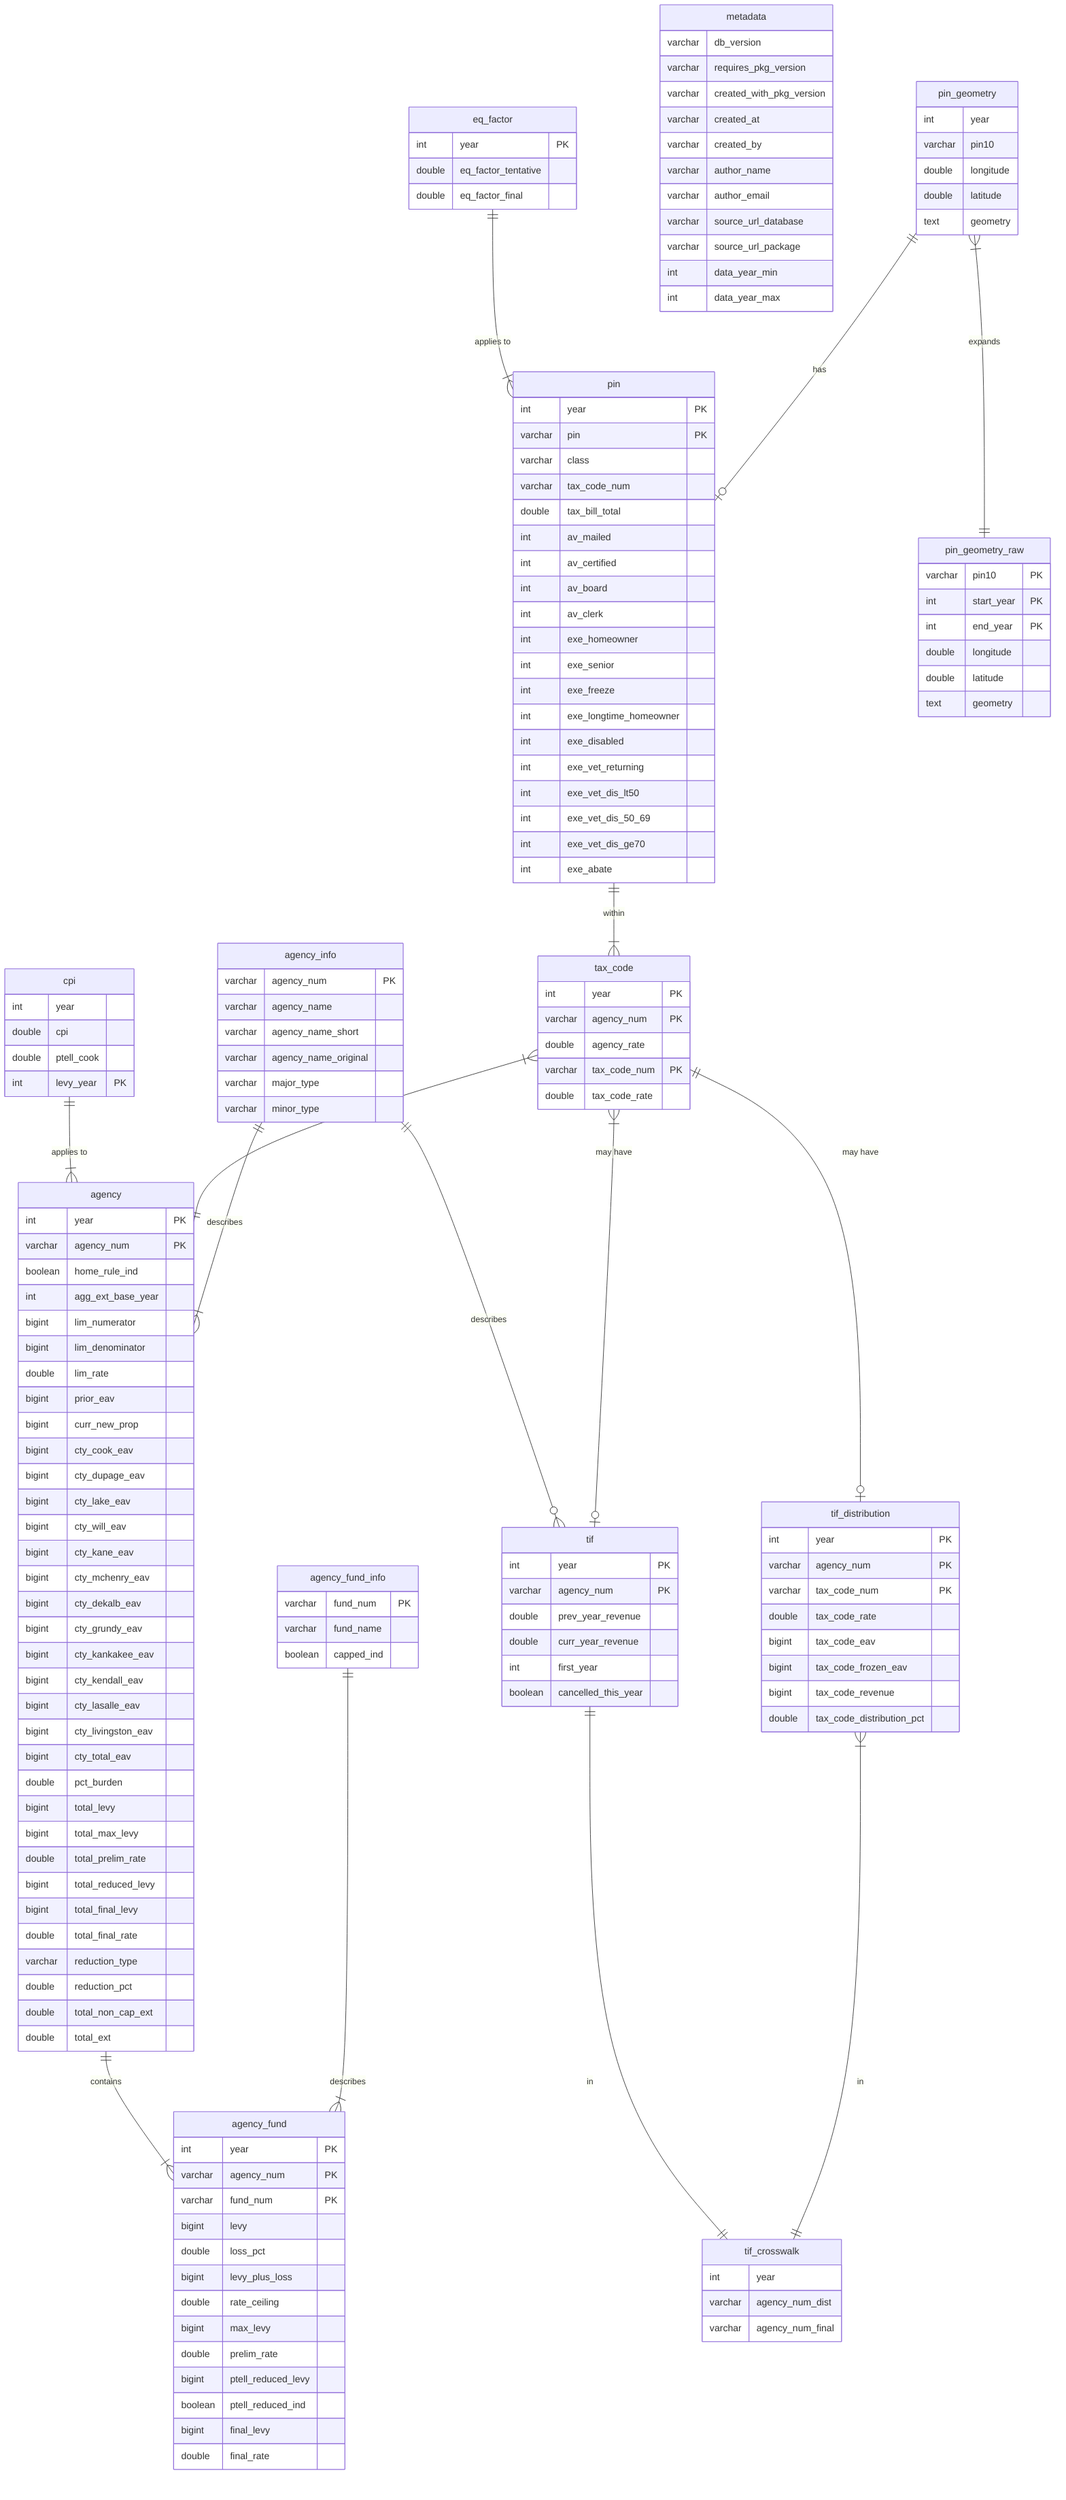
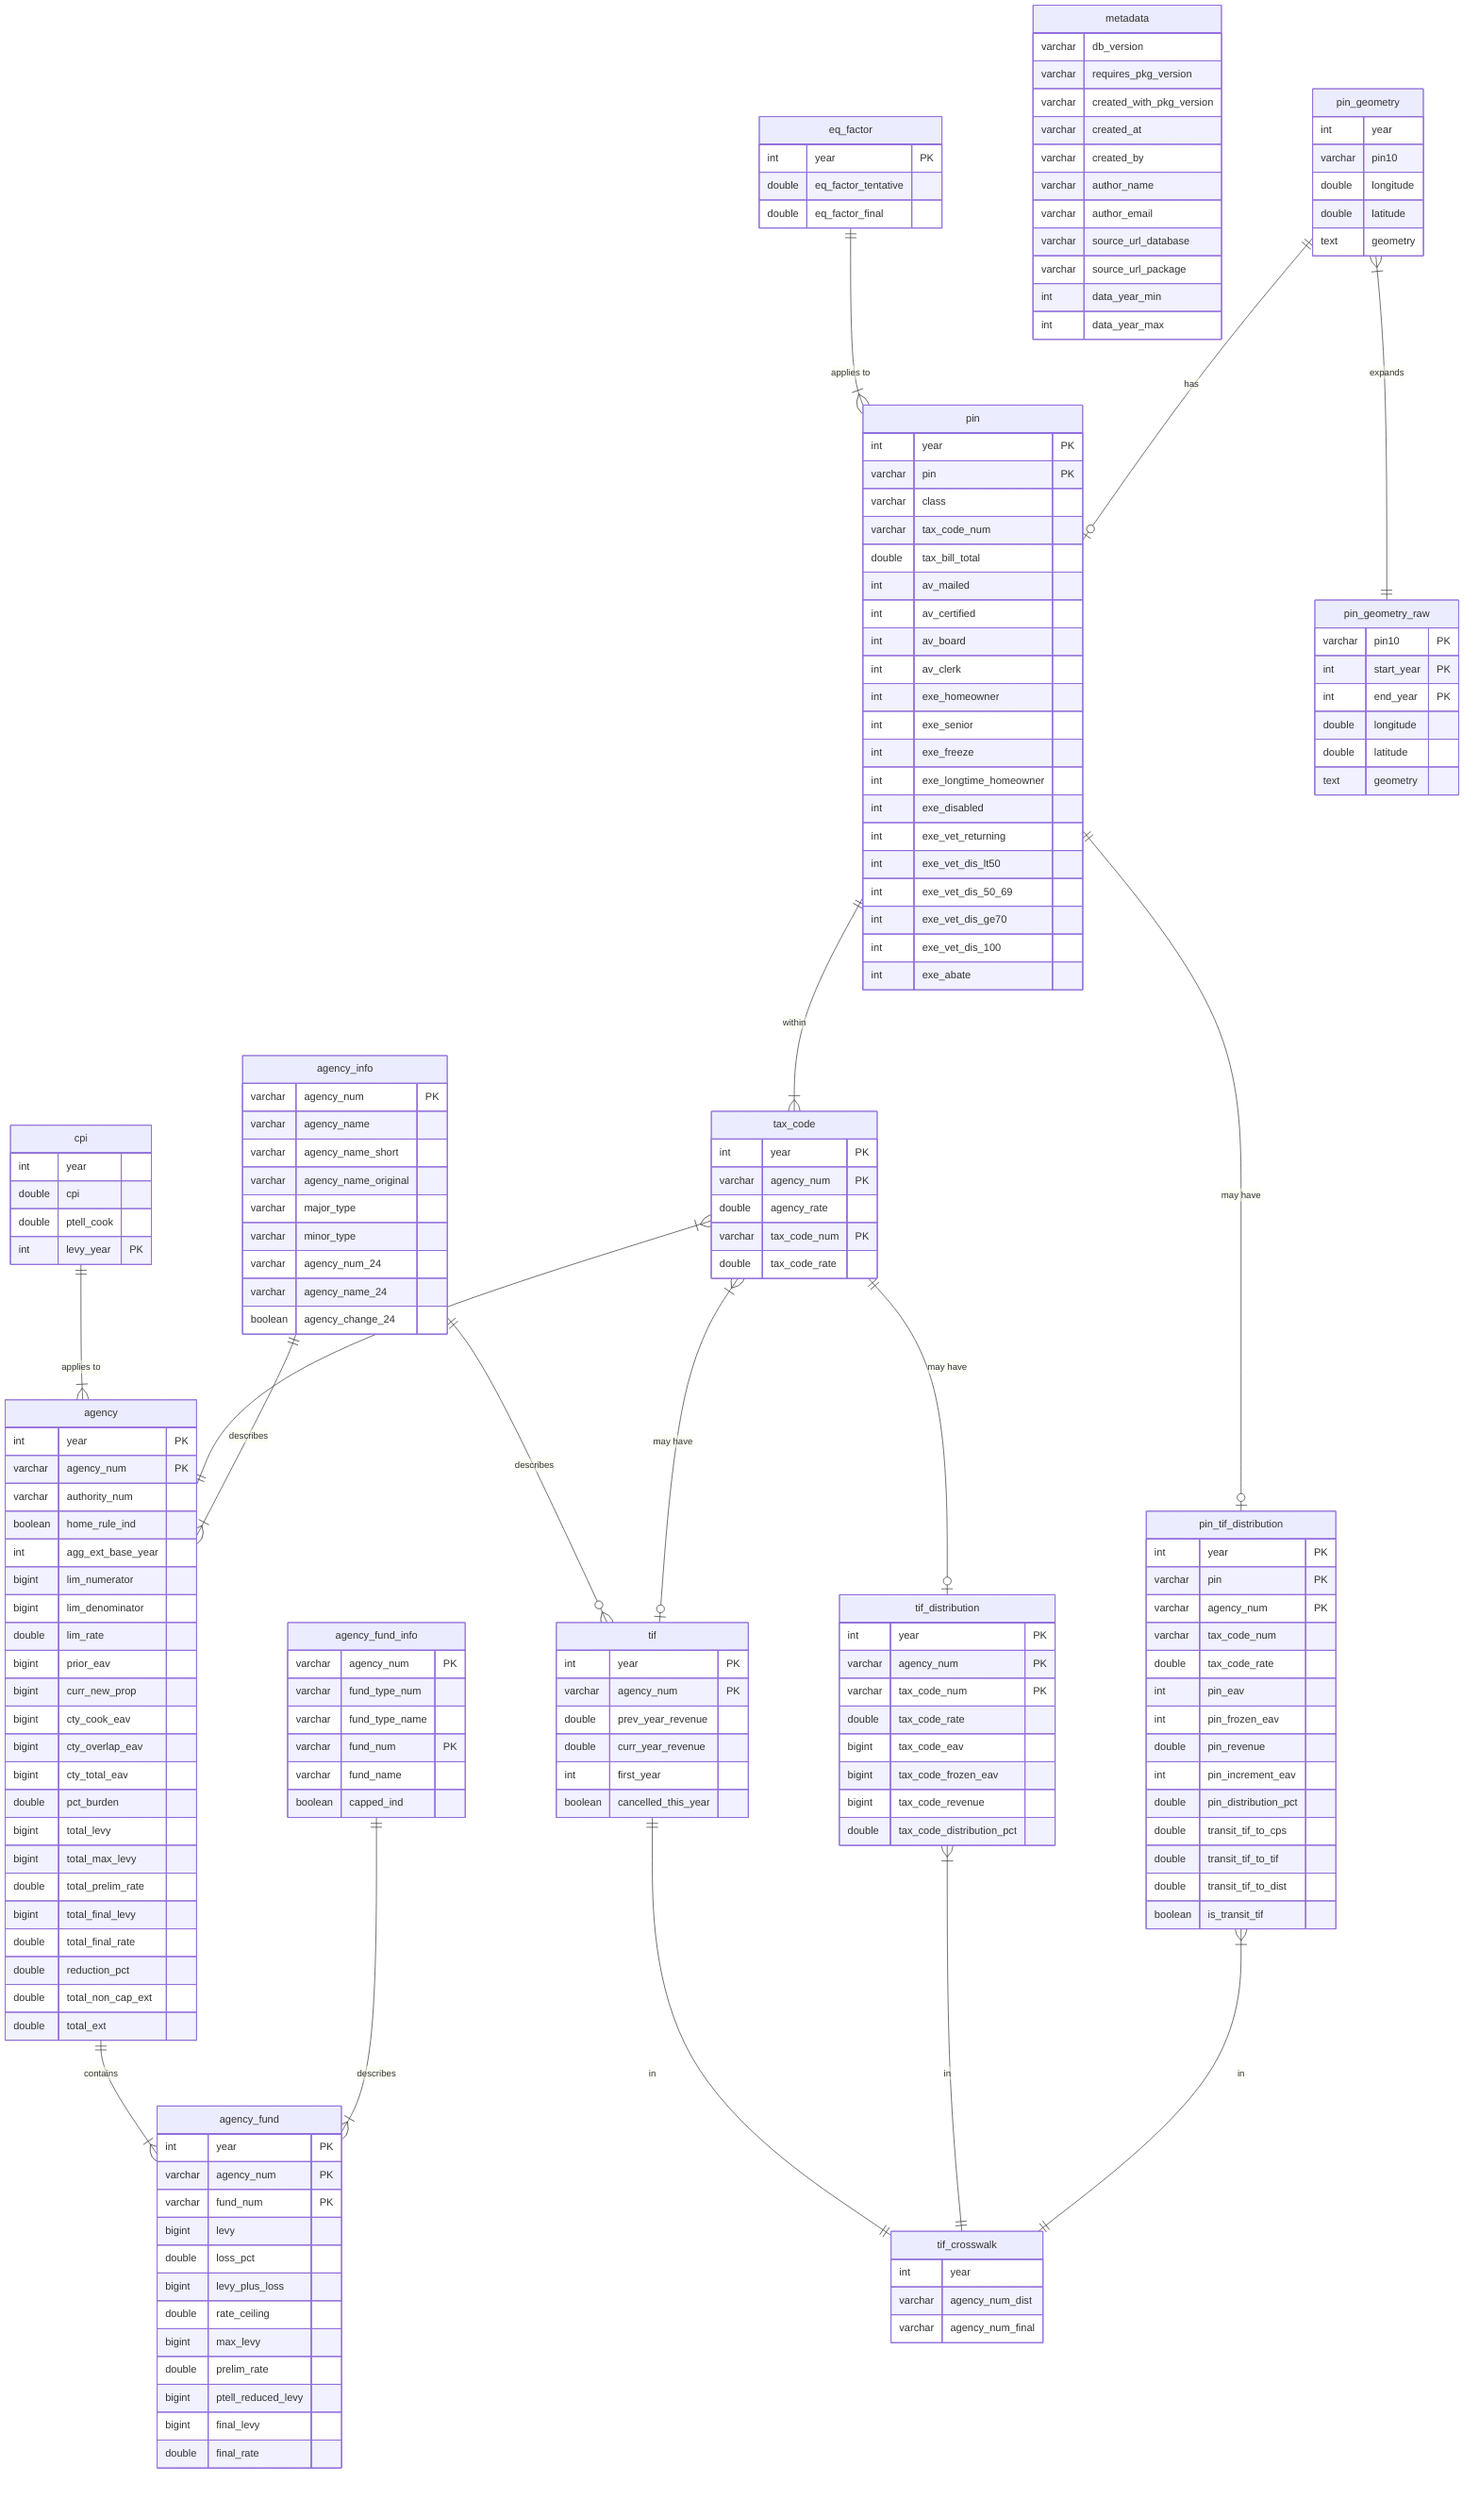
erDiagram

  agency {
    int     year              PK
    varchar agency_num        PK
+     varchar authority_num
    boolean home_rule_ind
    int     agg_ext_base_year
    bigint  lim_numerator
    bigint  lim_denominator
    double  lim_rate
    bigint  prior_eav
    bigint  curr_new_prop
    bigint  cty_cook_eav
-     bigint  cty_dupage_eav
-     bigint  cty_lake_eav
-     bigint  cty_will_eav
-     bigint  cty_kane_eav
-     bigint  cty_mchenry_eav
-     bigint  cty_dekalb_eav
-     bigint  cty_grundy_eav
-     bigint  cty_kankakee_eav
-     bigint  cty_kendall_eav
-     bigint  cty_lasalle_eav
-     bigint  cty_livingston_eav
+     bigint  cty_overlap_eav
    bigint  cty_total_eav
    double  pct_burden
    bigint  total_levy
    bigint  total_max_levy
    double  total_prelim_rate
-     bigint  total_reduced_levy
    bigint  total_final_levy
    double  total_final_rate
-     varchar reduction_type
    double  reduction_pct
    double  total_non_cap_ext
    double  total_ext
  }

  agency_info {
    varchar agency_num         PK
    varchar agency_name
    varchar agency_name_short
    varchar agency_name_original
    varchar major_type
    varchar minor_type
+     varchar agency_num_24
+     varchar agency_name_24
+     boolean agency_change_24
  }

  agency_fund {
    int     year               PK
    varchar agency_num         PK
    varchar fund_num           PK
    bigint  levy
    double  loss_pct
    bigint  levy_plus_loss
    double  rate_ceiling
    bigint  max_levy
    double  prelim_rate
    bigint  ptell_reduced_levy
-     boolean ptell_reduced_ind
    bigint  final_levy
    double  final_rate
  }

  agency_fund_info {
+     varchar agency_num         PK
+     varchar fund_type_num
+     varchar fund_type_name
    varchar fund_num           PK
    varchar fund_name
    boolean capped_ind
  }

  cpi {
    int     year
    double  cpi
    double  ptell_cook
    int     levy_year          PK
  }

  eq_factor {
    int     year               PK
    double  eq_factor_tentative
    double  eq_factor_final
  }

  metadata {
    varchar db_version
    varchar requires_pkg_version
    varchar created_with_pkg_version
    varchar created_at
    varchar created_by
    varchar author_name
    varchar author_email
    varchar source_url_database
    varchar source_url_package
    int     data_year_min
    int     data_year_max
  }

  pin {
    int     year               PK
    varchar pin                PK
    varchar class
    varchar tax_code_num
    double  tax_bill_total
    int     av_mailed
    int     av_certified
    int     av_board
    int     av_clerk
    int     exe_homeowner
    int     exe_senior
    int     exe_freeze
    int     exe_longtime_homeowner
    int     exe_disabled
    int     exe_vet_returning
    int     exe_vet_dis_lt50
    int     exe_vet_dis_50_69
    int     exe_vet_dis_ge70
+     int     exe_vet_dis_100
    int     exe_abate
  }

  pin_geometry {
    int     year
    varchar pin10
    double  longitude
    double  latitude
    text    geometry
  }

  pin_geometry_raw {
    varchar pin10              PK
    int     start_year         PK
    int     end_year           PK
    double  longitude
    double  latitude
    text    geometry
  }

  tax_code {
    int     year               PK
    varchar agency_num         PK
    double  agency_rate
    varchar tax_code_num       PK
    double  tax_code_rate
  }

  tif {
    int     year               PK
    varchar agency_num         PK
    double  prev_year_revenue
    double  curr_year_revenue
    int     first_year
    boolean cancelled_this_year
  }

  tif_crosswalk {
    int     year
    varchar agency_num_dist
    varchar agency_num_final
  }

  tif_distribution {
    int     year               PK
    varchar agency_num         PK
    varchar tax_code_num       PK
    double  tax_code_rate
    bigint  tax_code_eav
    bigint  tax_code_frozen_eav
    bigint  tax_code_revenue
    double  tax_code_distribution_pct
  }

+   pin_tif_distribution {
+     int     year               PK
+     varchar pin                PK
+     varchar agency_num         PK
+     varchar tax_code_num
+     double  tax_code_rate
+     int     pin_eav
+     int     pin_frozen_eav
+     double  pin_revenue
+     int     pin_increment_eav
+     double  pin_distribution_pct
+     double  transit_tif_to_cps
+     double  transit_tif_to_tif
+     double  transit_tif_to_dist
+     boolean is_transit_tif
+   }
+ 
  eq_factor ||--|{ pin : "applies to"
  pin ||--|{ tax_code : "within"
+   pin ||--o| pin_tif_distribution : "may have"
  cpi ||--|{ agency : "applies to"
  tax_code }|--|| agency : "has"
  tax_code ||--o| tif_distribution : "may have"
  agency ||--|{ agency_fund : "contains"
  agency_info ||--|{ agency : "describes"
  agency_fund_info ||--|{ agency_fund : "describes"
  tif ||--|| tif_crosswalk : "in"
  tif_distribution }|--|| tif_crosswalk : "in"
+   pin_tif_distribution }|--|| tif_crosswalk : "in"
  agency_info ||--o{ tif: "describes"
  tax_code }|--o| tif : "may have"
  pin_geometry ||--o| pin : "has"
  pin_geometry }|--|| pin_geometry_raw : "expands"
